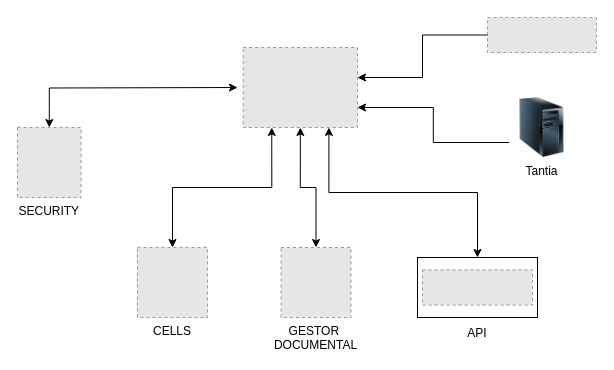
Earlier version of the draw.io diagram page "Página-3" (3 of 3) of Khronos.drawio (PLATYPUSCO007/DRAWIO). Source tidied: cells renumbered, new cells numbered last; positions are measured from the earlier drawing's top-left corner, leaving out a move shared by most shapes. Both pictures are drawn from the tidied source at 100%, with x=0, y=0 at pixel (17, 17). Pictures stored in the file or linked from it are replaced by grey dashed boxes.
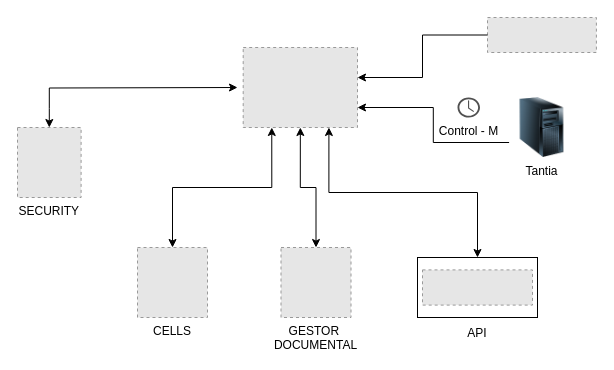
After the change.

Diff of the diagram source:
```diff
@@
 <mxGraphModel>
   <root>
     <mxCell id="0" />
     <mxCell id="1" parent="0" />
     <mxCell id="2" style="edgeStyle=orthogonalEdgeStyle;rounded=0;jettySize=auto;html=1;exitX=0;exitY=0.5;exitDx=0;exitDy=0;entryX=0.5;entryY=0;entryDx=0;entryDy=0;startArrow=classic;startFill=1;" parent="1" edge="1" target="13">
       <mxGeometry relative="1" as="geometry">
         <mxPoint x="220" y="70" as="sourcePoint" />
       </mxGeometry>
     </mxCell>
     <mxCell id="3" style="edgeStyle=orthogonalEdgeStyle;rounded=0;jettySize=auto;html=1;exitX=0.25;exitY=1;exitDx=0;exitDy=0;entryX=0.5;entryY=0;entryDx=0;entryDy=0;textShadow=1;endArrow=classic;endFill=1;strokeColor=default;startArrow=classic;startFill=1;" parent="1" edge="1" source="6" target="8">
       <mxGeometry relative="1" as="geometry" />
     </mxCell>
     <mxCell id="4" style="edgeStyle=orthogonalEdgeStyle;rounded=0;jettySize=auto;html=1;exitX=0.5;exitY=1;exitDx=0;exitDy=0;startArrow=classic;startFill=1;" parent="1" edge="1" source="6" target="12">
       <mxGeometry relative="1" as="geometry" />
     </mxCell>
     <mxCell id="5" style="edgeStyle=orthogonalEdgeStyle;rounded=0;jettySize=auto;html=1;exitX=0.75;exitY=1;exitDx=0;exitDy=0;entryX=0.5;entryY=0;entryDx=0;entryDy=0;startArrow=classic;startFill=1;" parent="1" edge="1" source="6" target="10">
       <mxGeometry relative="1" as="geometry" />
     </mxCell>
     <mxCell id="6" style="fillColor=#E6E6E6;strokeColor=#999999;dashed=1;verticalLabelPosition=bottom;verticalAlign=top;" parent="1" vertex="1">
       <mxGeometry x="225.7" y="30" width="114.3" height="80" as="geometry" />
     </mxCell>
     <mxCell id="7" style="fillColor=#E6E6E6;strokeColor=#999999;dashed=1;verticalLabelPosition=bottom;verticalAlign=top;" parent="1" vertex="1">
       <mxGeometry x="470" width="108.9" height="35" as="geometry" />
     </mxCell>
     <mxCell id="8" value="CELLS" style="fillColor=#E6E6E6;strokeColor=#999999;dashed=1;verticalLabelPosition=bottom;verticalAlign=top;" parent="1" vertex="1">
       <mxGeometry x="120" y="230" width="70" height="70" as="geometry" />
     </mxCell>
     <mxCell id="9" style="group;labelPosition=center;verticalLabelPosition=bottom;align=center;verticalAlign=top;" parent="1" vertex="1">
       <mxGeometry x="400" y="240" width="120" height="60" as="geometry" />
     </mxCell>
     <mxCell id="10" style="rounded=0;whiteSpace=wrap;html=1;" parent="9" vertex="1">
       <mxGeometry width="120" height="60" as="geometry" />
     </mxCell>
     <mxCell id="11" value="&#10;API" style="fillColor=#E6E6E6;strokeColor=#999999;dashed=1;verticalLabelPosition=bottom;verticalAlign=top;" parent="9" vertex="1">
       <mxGeometry x="5" y="12.4" width="110" height="35.2" as="geometry" />
     </mxCell>
     <mxCell id="12" value="GESTOR &#10;DOCUMENTAL" style="fillColor=#E6E6E6;strokeColor=#999999;dashed=1;verticalLabelPosition=bottom;verticalAlign=top;" parent="1" vertex="1">
       <mxGeometry x="263.5" y="230" width="70" height="70" as="geometry" />
     </mxCell>
     <mxCell id="13" value="SECURITY" style="fillColor=#E6E6E6;strokeColor=#999999;dashed=1;verticalLabelPosition=bottom;verticalAlign=top;" parent="1" vertex="1">
       <mxGeometry y="110" width="63.6" height="70" as="geometry" />
     </mxCell>
     <mxCell id="14" style="edgeStyle=orthogonalEdgeStyle;rounded=0;jettySize=auto;html=1;exitX=0;exitY=0.75;exitDx=0;exitDy=0;entryX=1;entryY=0.75;entryDx=0;entryDy=0;" parent="1" edge="1" source="15" target="6">
       <mxGeometry relative="1" as="geometry" />
     </mxCell>
     <mxCell id="15" value="Tantia" style="image;html=1;image=img/lib/clip_art/computers/Server_Tower_128x128.png;" parent="1" vertex="1">
       <mxGeometry x="491.6" y="80" width="65.6" height="60" as="geometry" />
     </mxCell>
     <mxCell id="16" style="edgeStyle=orthogonalEdgeStyle;rounded=0;jettySize=auto;html=1;exitX=0;exitY=0.5;exitDx=0;exitDy=0;entryX=1;entryY=0.375;entryDx=0;entryDy=0;entryPerimeter=0;" parent="1" edge="1" source="7" target="6">
       <mxGeometry relative="1" as="geometry" />
     </mxCell>
+    <mxCell id="17" value="Control - M" style="sketch=0;shadow=0;dashed=0;html=1;strokeColor=none;fillColor=#505050;labelPosition=center;verticalLabelPosition=bottom;verticalAlign=top;align=center;shape=mxgraph.office.concepts.clock;" parent="1" vertex="1">
+      <mxGeometry x="440" y="80" width="22.5" height="20" as="geometry" />
+    </mxCell>
   </root>
 </mxGraphModel>
```
